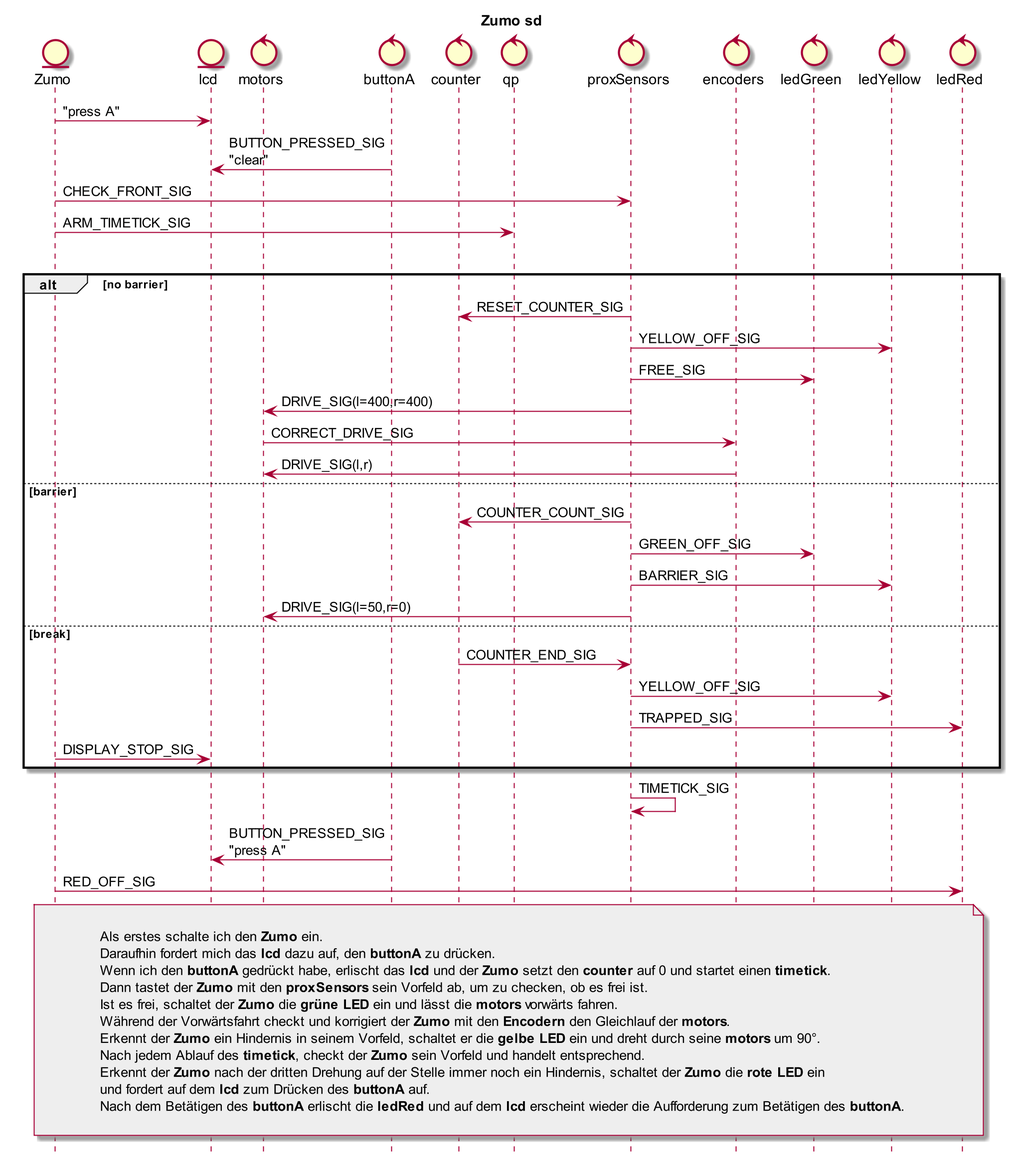
This is Zumo/Zumo_SD.png from orje/Zumo_QM_QPnano, a PlantUML export, as it was before one commit.
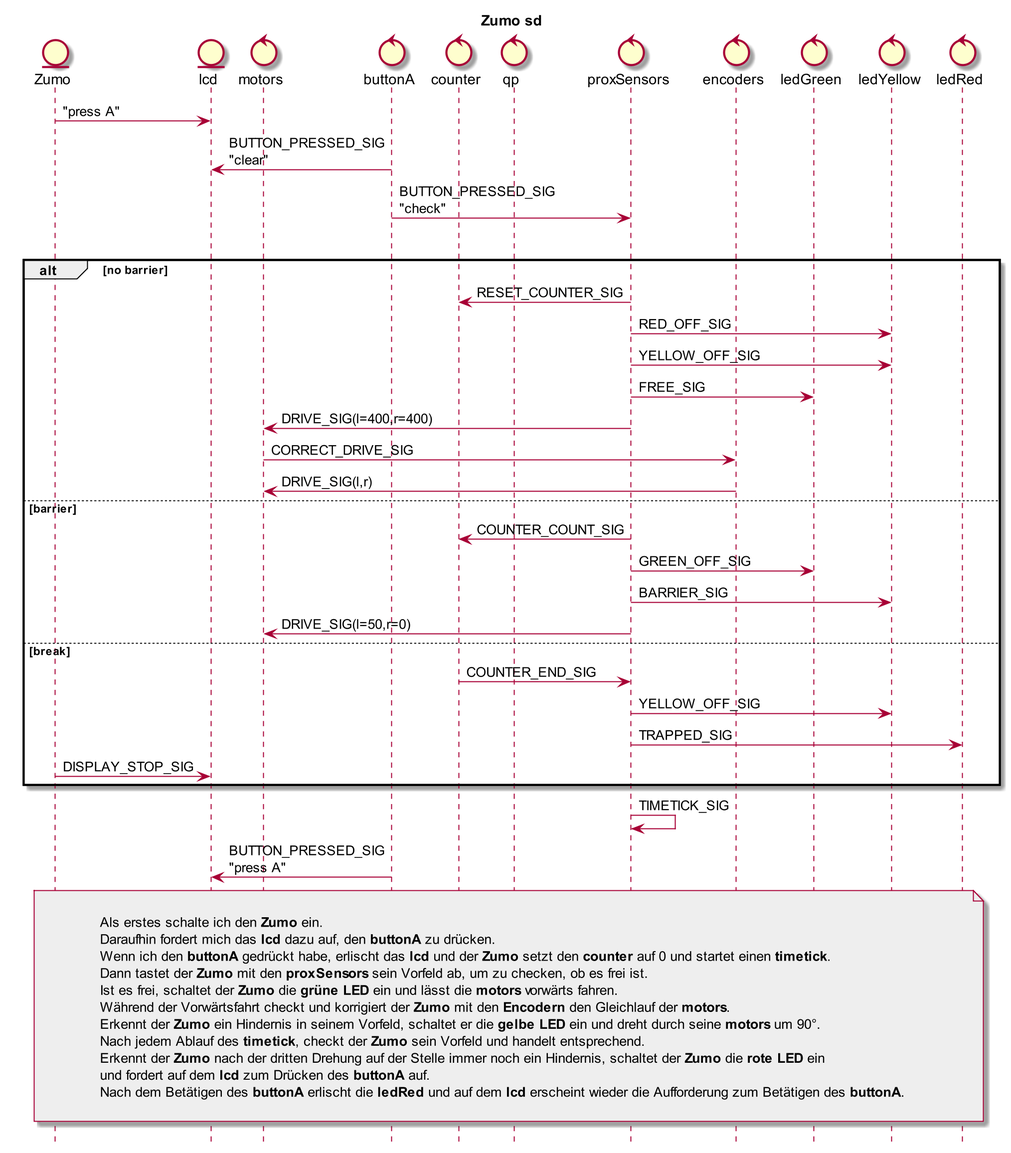
After the commit.

What changed in the source:
```diff
@@ -22,13 +22,13 @@
 
 Zumo -> lcd : "press A"
 buttonA -> lcd : BUTTON_PRESSED_SIG\n"clear"
-Zumo -> proxSensors : CHECK_FRONT_SIG
-Zumo -> qp : ARM_TIMETICK_SIG
+buttonA -> proxSensors : BUTTON_PRESSED_SIG\n"check"
 
 loop
 
 alt no barrier
 proxSensors -> counter : RESET_COUNTER_SIG
+proxSensors -> ledYellow : RED_OFF_SIG
 proxSensors -> ledYellow : YELLOW_OFF_SIG
 proxSensors -> ledGreen : FREE_SIG
 proxSensors -> motors : DRIVE_SIG(l=400,r=400)
@@ -54,7 +54,7 @@
 proxSensors -> proxSensors : TIMETICK_SIG
 
 buttonA -> lcd : BUTTON_PRESSED_SIG\n"press A"
-Zumo -> ledRed : RED_OFF_SIG
+
 
 
 
```
